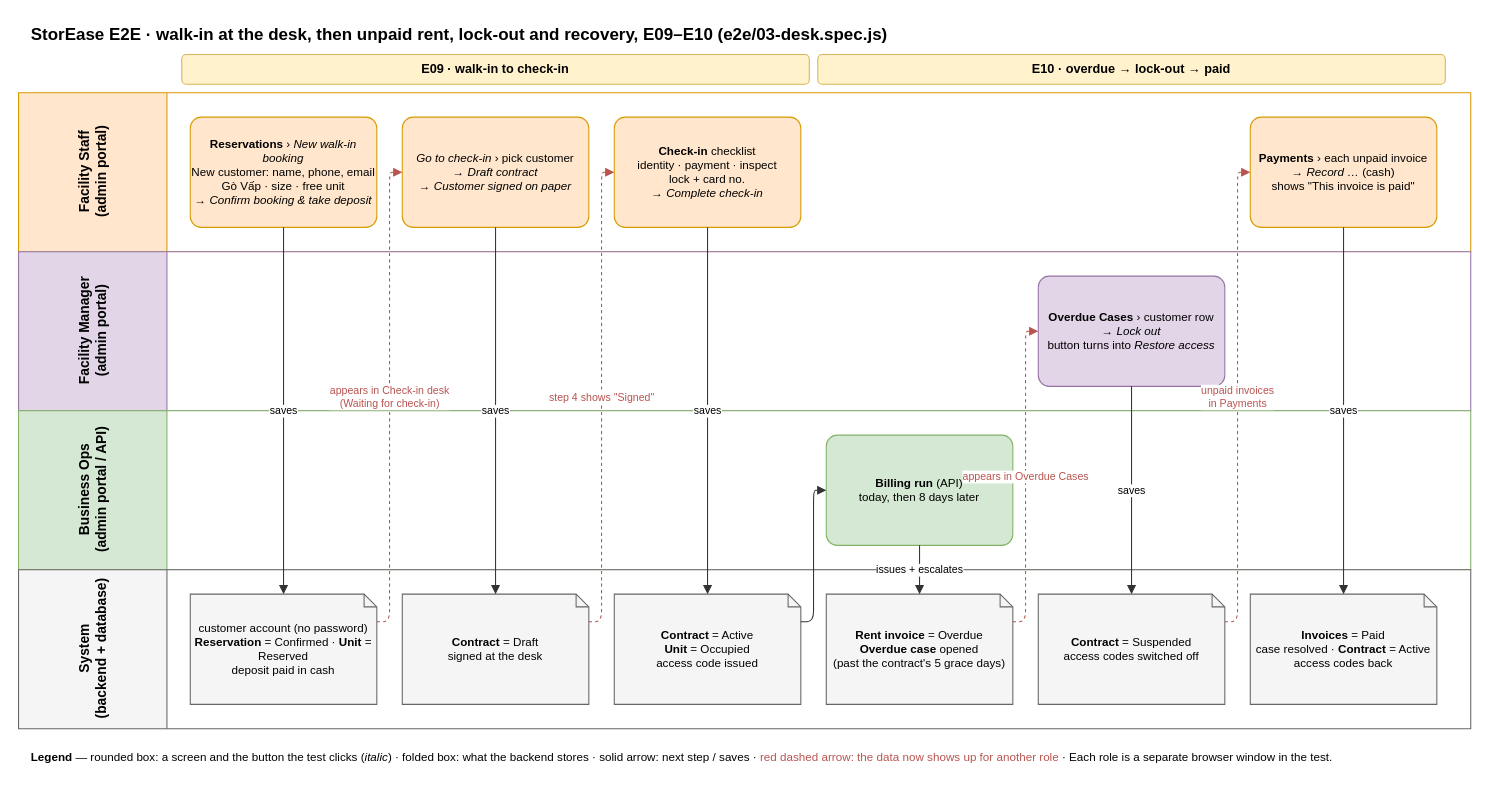
Earlier version of the draw.io diagram page "E09–E10 walk-in + overdue" (2 of 4) of e2e/test-flows.drawio (MiKhangz/Self-Storage-Facility-FRONTEND). Source tidied: cells renumbered, new cells numbered last; positions are measured from the earlier drawing's top-left corner, leaving out a move shared by most shapes. Both pictures are drawn from the tidied source at 106%, with x=0, y=0 at pixel (18, 18).
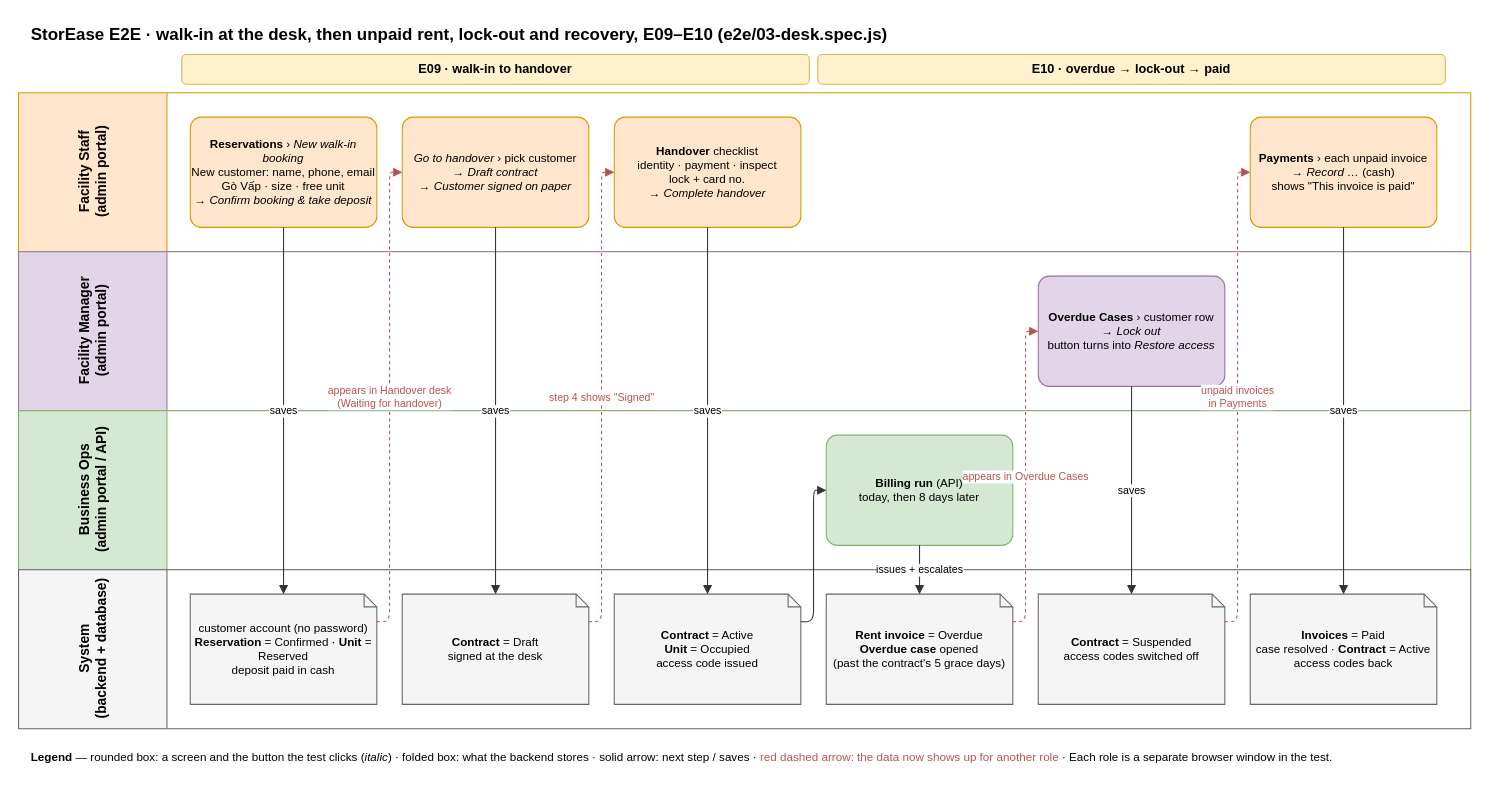
The same page after the edit.

The change refers to these unchanged cells:
```xml
<mxCell id="10" value="customer account (no password)&lt;br&gt;&lt;b&gt;Reservation&lt;/b&gt; = Confirmed · &lt;b&gt;Unit&lt;/b&gt; = Reserved&lt;br&gt;deposit paid in cash" style="shape=note;size=12;whiteSpace=wrap;html=1;fillColor=#f5f5f5;strokeColor=#666666;fontSize=11;align=center;" parent="1" vertex="1">
  <mxGeometry x="162" y="543" width="176" height="104" as="geometry" />
</mxCell>
```

What changed in the source:
```diff
@@
-    <mxCell id="3" value="E09 · walk-in to check-in" style="rounded=1;whiteSpace=wrap;html=1;fillColor=#fff2cc;strokeColor=#d6b656;fontStyle=1;fontSize=12;" parent="1" vertex="1">
+    <mxCell id="3" value="E09 · walk-in to handover" style="rounded=1;whiteSpace=wrap;html=1;fillColor=#fff2cc;strokeColor=#d6b656;fontStyle=1;fontSize=12;" parent="1" vertex="1">
       <mxGeometry x="154" y="34" width="592" height="28" as="geometry" />
     </mxCell>
@@
-    <mxCell id="11" value="&lt;i&gt;Go to check-in&lt;/i&gt; › pick customer&lt;br&gt;→ &lt;i&gt;Draft contract&lt;/i&gt;&lt;br&gt;→ &lt;i&gt;Customer signed on paper&lt;/i&gt;" style="rounded=1;arcSize=10;whiteSpace=wrap;html=1;fillColor=#ffe6cc;strokeColor=#d79b00;fontSize=11;align=center;" parent="1" vertex="1">
+    <mxCell id="11" value="&lt;i&gt;Go to handover&lt;/i&gt; › pick customer&lt;br&gt;→ &lt;i&gt;Draft contract&lt;/i&gt;&lt;br&gt;→ &lt;i&gt;Customer signed on paper&lt;/i&gt;" style="rounded=1;arcSize=10;whiteSpace=wrap;html=1;fillColor=#ffe6cc;strokeColor=#d79b00;fontSize=11;align=center;" parent="1" vertex="1">
       <mxGeometry x="362" y="93" width="176" height="104" as="geometry" />
     </mxCell>
@@
-    <mxCell id="13" value="&lt;b&gt;Check-in&lt;/b&gt; checklist&lt;br&gt;identity · payment · inspect&lt;br&gt;lock + card no.&lt;br&gt;→ &lt;i&gt;Complete check-in&lt;/i&gt;" style="rounded=1;arcSize=10;whiteSpace=wrap;html=1;fillColor=#ffe6cc;strokeColor=#d79b00;fontSize=11;align=center;" parent="1" vertex="1">
+    <mxCell id="13" value="&lt;b&gt;Handover&lt;/b&gt; checklist&lt;br&gt;identity · payment · inspect&lt;br&gt;lock + card no.&lt;br&gt;→ &lt;i&gt;Complete handover&lt;/i&gt;" style="rounded=1;arcSize=10;whiteSpace=wrap;html=1;fillColor=#ffe6cc;strokeColor=#d79b00;fontSize=11;align=center;" parent="1" vertex="1">
       <mxGeometry x="562" y="93" width="176" height="104" as="geometry" />
     </mxCell>
@@
-    <mxCell id="22" value="appears in Check-in desk&#10;(Waiting for check-in)" style="edgeStyle=orthogonalEdgeStyle;rounded=1;html=1;endArrow=block;endFill=1;fontSize=10;labelBackgroundColor=#ffffff;exitX=1;exitY=0.25;entryX=0;entryY=0.5;dashed=1;strokeColor=#b85450;fontColor=#b85450;" parent="1" edge="1" source="10" target="11">
+    <mxCell id="22" value="appears in Handover desk&#10;(Waiting for handover)" style="edgeStyle=orthogonalEdgeStyle;rounded=1;html=1;endArrow=block;endFill=1;fontSize=10;labelBackgroundColor=#ffffff;exitX=1;exitY=0.25;entryX=0;entryY=0.5;dashed=1;strokeColor=#b85450;fontColor=#b85450;" parent="1" edge="1" source="10" target="11">
       <mxGeometry relative="1" as="geometry" />
     </mxCell>
```
